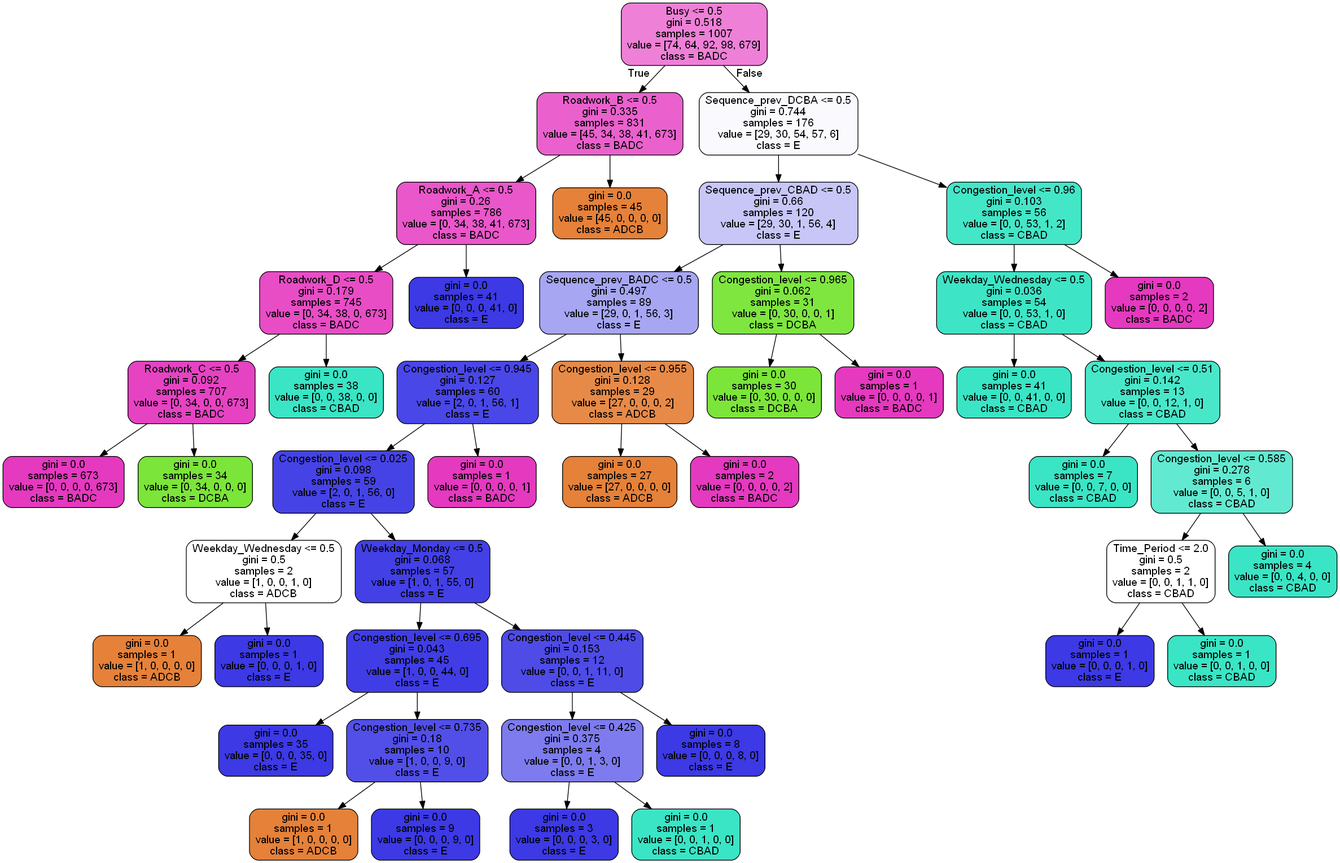
The Graphviz diagram decision_tree_base.png in JadeBlue96/Traffic-Priority-Prediction, before a commit. Its source is kept beside it as decision_tree_base.dot.
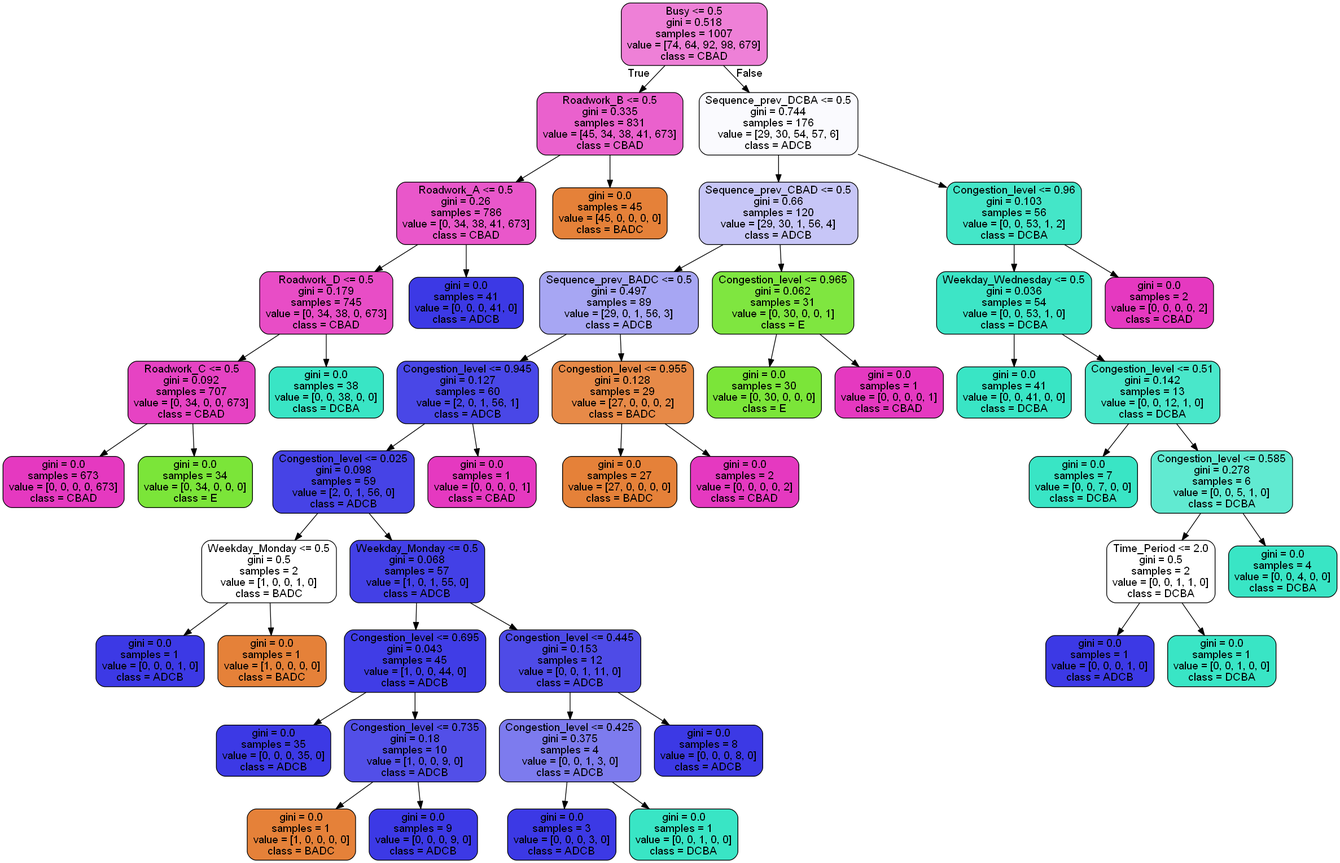
The same diagram one commit later.

Diff of the diagram source:
```diff
@@ -1,97 +1,97 @@
 digraph Tree {
 node [shape=box, style="filled, rounded", color="black", fontname=helvetica] ;
 edge [fontname=helvetica] ;
-0 [label="Busy <= 0.5\ngini = 0.518\nsamples = 1007\nvalue = [74, 64, 92, 98, 679]\nclass = BADC", fillcolor="#ee80d7"] ;
-1 [label="Roadwork_B <= 0.5\ngini = 0.335\nsamples = 831\nvalue = [45, 34, 38, 41, 673]\nclass = BADC", fillcolor="#ea61cd"] ;
+0 [label="Busy <= 0.5\ngini = 0.518\nsamples = 1007\nvalue = [74, 64, 92, 98, 679]\nclass = CBAD", fillcolor="#ee80d7"] ;
+1 [label="Roadwork_B <= 0.5\ngini = 0.335\nsamples = 831\nvalue = [45, 34, 38, 41, 673]\nclass = CBAD", fillcolor="#ea61cd"] ;
 0 -> 1 [labeldistance=2.5, labelangle=45, headlabel="True"] ;
-2 [label="Roadwork_A <= 0.5\ngini = 0.26\nsamples = 786\nvalue = [0, 34, 38, 41, 673]\nclass = BADC", fillcolor="#e957ca"] ;
+2 [label="Roadwork_A <= 0.5\ngini = 0.26\nsamples = 786\nvalue = [0, 34, 38, 41, 673]\nclass = CBAD", fillcolor="#e957ca"] ;
 1 -> 2 ;
-3 [label="Roadwork_D <= 0.5\ngini = 0.179\nsamples = 745\nvalue = [0, 34, 38, 0, 673]\nclass = BADC", fillcolor="#e84dc6"] ;
+3 [label="Roadwork_D <= 0.5\ngini = 0.179\nsamples = 745\nvalue = [0, 34, 38, 0, 673]\nclass = CBAD", fillcolor="#e84dc6"] ;
 2 -> 3 ;
-4 [label="Roadwork_C <= 0.5\ngini = 0.092\nsamples = 707\nvalue = [0, 34, 0, 0, 673]\nclass = BADC", fillcolor="#e643c3"] ;
+4 [label="Roadwork_C <= 0.5\ngini = 0.092\nsamples = 707\nvalue = [0, 34, 0, 0, 673]\nclass = CBAD", fillcolor="#e643c3"] ;
 3 -> 4 ;
-5 [label="gini = 0.0\nsamples = 673\nvalue = [0, 0, 0, 0, 673]\nclass = BADC", fillcolor="#e539c0"] ;
+5 [label="gini = 0.0\nsamples = 673\nvalue = [0, 0, 0, 0, 673]\nclass = CBAD", fillcolor="#e539c0"] ;
 4 -> 5 ;
-6 [label="gini = 0.0\nsamples = 34\nvalue = [0, 34, 0, 0, 0]\nclass = DCBA", fillcolor="#7be539"] ;
+6 [label="gini = 0.0\nsamples = 34\nvalue = [0, 34, 0, 0, 0]\nclass = E", fillcolor="#7be539"] ;
 4 -> 6 ;
-7 [label="gini = 0.0\nsamples = 38\nvalue = [0, 0, 38, 0, 0]\nclass = CBAD", fillcolor="#39e5c5"] ;
+7 [label="gini = 0.0\nsamples = 38\nvalue = [0, 0, 38, 0, 0]\nclass = DCBA", fillcolor="#39e5c5"] ;
 3 -> 7 ;
-8 [label="gini = 0.0\nsamples = 41\nvalue = [0, 0, 0, 41, 0]\nclass = E", fillcolor="#3c39e5"] ;
+8 [label="gini = 0.0\nsamples = 41\nvalue = [0, 0, 0, 41, 0]\nclass = ADCB", fillcolor="#3c39e5"] ;
 2 -> 8 ;
-9 [label="gini = 0.0\nsamples = 45\nvalue = [45, 0, 0, 0, 0]\nclass = ADCB", fillcolor="#e58139"] ;
+9 [label="gini = 0.0\nsamples = 45\nvalue = [45, 0, 0, 0, 0]\nclass = BADC", fillcolor="#e58139"] ;
 1 -> 9 ;
-10 [label="Sequence_prev_DCBA <= 0.5\ngini = 0.744\nsamples = 176\nvalue = [29, 30, 54, 57, 6]\nclass = E", fillcolor="#fafafe"] ;
+10 [label="Sequence_prev_DCBA <= 0.5\ngini = 0.744\nsamples = 176\nvalue = [29, 30, 54, 57, 6]\nclass = ADCB", fillcolor="#fafafe"] ;
 0 -> 10 [labeldistance=2.5, labelangle=-45, headlabel="False"] ;
-11 [label="Sequence_prev_CBAD <= 0.5\ngini = 0.66\nsamples = 120\nvalue = [29, 30, 1, 56, 4]\nclass = E", fillcolor="#c7c6f7"] ;
+11 [label="Sequence_prev_CBAD <= 0.5\ngini = 0.66\nsamples = 120\nvalue = [29, 30, 1, 56, 4]\nclass = ADCB", fillcolor="#c7c6f7"] ;
 10 -> 11 ;
-12 [label="Sequence_prev_BADC <= 0.5\ngini = 0.497\nsamples = 89\nvalue = [29, 0, 1, 56, 3]\nclass = E", fillcolor="#a7a6f3"] ;
+12 [label="Sequence_prev_BADC <= 0.5\ngini = 0.497\nsamples = 89\nvalue = [29, 0, 1, 56, 3]\nclass = ADCB", fillcolor="#a7a6f3"] ;
 11 -> 12 ;
-13 [label="Congestion_level <= 0.945\ngini = 0.127\nsamples = 60\nvalue = [2, 0, 1, 56, 1]\nclass = E", fillcolor="#4947e7"] ;
+13 [label="Congestion_level <= 0.945\ngini = 0.127\nsamples = 60\nvalue = [2, 0, 1, 56, 1]\nclass = ADCB", fillcolor="#4947e7"] ;
 12 -> 13 ;
-14 [label="Congestion_level <= 0.025\ngini = 0.098\nsamples = 59\nvalue = [2, 0, 1, 56, 0]\nclass = E", fillcolor="#4643e6"] ;
+14 [label="Congestion_level <= 0.025\ngini = 0.098\nsamples = 59\nvalue = [2, 0, 1, 56, 0]\nclass = ADCB", fillcolor="#4643e6"] ;
 13 -> 14 ;
-15 [label="Weekday_Wednesday <= 0.5\ngini = 0.5\nsamples = 2\nvalue = [1, 0, 0, 1, 0]\nclass = ADCB", fillcolor="#ffffff"] ;
+15 [label="Weekday_Monday <= 0.5\ngini = 0.5\nsamples = 2\nvalue = [1, 0, 0, 1, 0]\nclass = BADC", fillcolor="#ffffff"] ;
 14 -> 15 ;
-16 [label="gini = 0.0\nsamples = 1\nvalue = [1, 0, 0, 0, 0]\nclass = ADCB", fillcolor="#e58139"] ;
+16 [label="gini = 0.0\nsamples = 1\nvalue = [0, 0, 0, 1, 0]\nclass = ADCB", fillcolor="#3c39e5"] ;
 15 -> 16 ;
-17 [label="gini = 0.0\nsamples = 1\nvalue = [0, 0, 0, 1, 0]\nclass = E", fillcolor="#3c39e5"] ;
+17 [label="gini = 0.0\nsamples = 1\nvalue = [1, 0, 0, 0, 0]\nclass = BADC", fillcolor="#e58139"] ;
 15 -> 17 ;
-18 [label="Weekday_Monday <= 0.5\ngini = 0.068\nsamples = 57\nvalue = [1, 0, 1, 55, 0]\nclass = E", fillcolor="#4340e6"] ;
+18 [label="Weekday_Monday <= 0.5\ngini = 0.068\nsamples = 57\nvalue = [1, 0, 1, 55, 0]\nclass = ADCB", fillcolor="#4340e6"] ;
 14 -> 18 ;
-19 [label="Congestion_level <= 0.695\ngini = 0.043\nsamples = 45\nvalue = [1, 0, 0, 44, 0]\nclass = E", fillcolor="#403de6"] ;
+19 [label="Congestion_level <= 0.695\ngini = 0.043\nsamples = 45\nvalue = [1, 0, 0, 44, 0]\nclass = ADCB", fillcolor="#403de6"] ;
 18 -> 19 ;
-20 [label="gini = 0.0\nsamples = 35\nvalue = [0, 0, 0, 35, 0]\nclass = E", fillcolor="#3c39e5"] ;
+20 [label="gini = 0.0\nsamples = 35\nvalue = [0, 0, 0, 35, 0]\nclass = ADCB", fillcolor="#3c39e5"] ;
 19 -> 20 ;
-21 [label="Congestion_level <= 0.735\ngini = 0.18\nsamples = 10\nvalue = [1, 0, 0, 9, 0]\nclass = E", fillcolor="#524fe8"] ;
+21 [label="Congestion_level <= 0.735\ngini = 0.18\nsamples = 10\nvalue = [1, 0, 0, 9, 0]\nclass = ADCB", fillcolor="#524fe8"] ;
 19 -> 21 ;
-22 [label="gini = 0.0\nsamples = 1\nvalue = [1, 0, 0, 0, 0]\nclass = ADCB", fillcolor="#e58139"] ;
+22 [label="gini = 0.0\nsamples = 1\nvalue = [1, 0, 0, 0, 0]\nclass = BADC", fillcolor="#e58139"] ;
 21 -> 22 ;
-23 [label="gini = 0.0\nsamples = 9\nvalue = [0, 0, 0, 9, 0]\nclass = E", fillcolor="#3c39e5"] ;
+23 [label="gini = 0.0\nsamples = 9\nvalue = [0, 0, 0, 9, 0]\nclass = ADCB", fillcolor="#3c39e5"] ;
 21 -> 23 ;
-24 [label="Congestion_level <= 0.445\ngini = 0.153\nsamples = 12\nvalue = [0, 0, 1, 11, 0]\nclass = E", fillcolor="#4e4be7"] ;
+24 [label="Congestion_level <= 0.445\ngini = 0.153\nsamples = 12\nvalue = [0, 0, 1, 11, 0]\nclass = ADCB", fillcolor="#4e4be7"] ;
 18 -> 24 ;
-25 [label="Congestion_level <= 0.425\ngini = 0.375\nsamples = 4\nvalue = [0, 0, 1, 3, 0]\nclass = E", fillcolor="#7d7bee"] ;
+25 [label="Congestion_level <= 0.425\ngini = 0.375\nsamples = 4\nvalue = [0, 0, 1, 3, 0]\nclass = ADCB", fillcolor="#7d7bee"] ;
 24 -> 25 ;
-26 [label="gini = 0.0\nsamples = 3\nvalue = [0, 0, 0, 3, 0]\nclass = E", fillcolor="#3c39e5"] ;
+26 [label="gini = 0.0\nsamples = 3\nvalue = [0, 0, 0, 3, 0]\nclass = ADCB", fillcolor="#3c39e5"] ;
 25 -> 26 ;
-27 [label="gini = 0.0\nsamples = 1\nvalue = [0, 0, 1, 0, 0]\nclass = CBAD", fillcolor="#39e5c5"] ;
+27 [label="gini = 0.0\nsamples = 1\nvalue = [0, 0, 1, 0, 0]\nclass = DCBA", fillcolor="#39e5c5"] ;
 25 -> 27 ;
-28 [label="gini = 0.0\nsamples = 8\nvalue = [0, 0, 0, 8, 0]\nclass = E", fillcolor="#3c39e5"] ;
+28 [label="gini = 0.0\nsamples = 8\nvalue = [0, 0, 0, 8, 0]\nclass = ADCB", fillcolor="#3c39e5"] ;
 24 -> 28 ;
-29 [label="gini = 0.0\nsamples = 1\nvalue = [0, 0, 0, 0, 1]\nclass = BADC", fillcolor="#e539c0"] ;
+29 [label="gini = 0.0\nsamples = 1\nvalue = [0, 0, 0, 0, 1]\nclass = CBAD", fillcolor="#e539c0"] ;
 13 -> 29 ;
-30 [label="Congestion_level <= 0.955\ngini = 0.128\nsamples = 29\nvalue = [27, 0, 0, 0, 2]\nclass = ADCB", fillcolor="#e78a48"] ;
+30 [label="Congestion_level <= 0.955\ngini = 0.128\nsamples = 29\nvalue = [27, 0, 0, 0, 2]\nclass = BADC", fillcolor="#e78a48"] ;
 12 -> 30 ;
-31 [label="gini = 0.0\nsamples = 27\nvalue = [27, 0, 0, 0, 0]\nclass = ADCB", fillcolor="#e58139"] ;
+31 [label="gini = 0.0\nsamples = 27\nvalue = [27, 0, 0, 0, 0]\nclass = BADC", fillcolor="#e58139"] ;
 30 -> 31 ;
-32 [label="gini = 0.0\nsamples = 2\nvalue = [0, 0, 0, 0, 2]\nclass = BADC", fillcolor="#e539c0"] ;
+32 [label="gini = 0.0\nsamples = 2\nvalue = [0, 0, 0, 0, 2]\nclass = CBAD", fillcolor="#e539c0"] ;
 30 -> 32 ;
-33 [label="Congestion_level <= 0.965\ngini = 0.062\nsamples = 31\nvalue = [0, 30, 0, 0, 1]\nclass = DCBA", fillcolor="#7fe640"] ;
+33 [label="Congestion_level <= 0.965\ngini = 0.062\nsamples = 31\nvalue = [0, 30, 0, 0, 1]\nclass = E", fillcolor="#7fe640"] ;
 11 -> 33 ;
-34 [label="gini = 0.0\nsamples = 30\nvalue = [0, 30, 0, 0, 0]\nclass = DCBA", fillcolor="#7be539"] ;
+34 [label="gini = 0.0\nsamples = 30\nvalue = [0, 30, 0, 0, 0]\nclass = E", fillcolor="#7be539"] ;
 33 -> 34 ;
-35 [label="gini = 0.0\nsamples = 1\nvalue = [0, 0, 0, 0, 1]\nclass = BADC", fillcolor="#e539c0"] ;
+35 [label="gini = 0.0\nsamples = 1\nvalue = [0, 0, 0, 0, 1]\nclass = CBAD", fillcolor="#e539c0"] ;
 33 -> 35 ;
-36 [label="Congestion_level <= 0.96\ngini = 0.103\nsamples = 56\nvalue = [0, 0, 53, 1, 2]\nclass = CBAD", fillcolor="#44e6c8"] ;
+36 [label="Congestion_level <= 0.96\ngini = 0.103\nsamples = 56\nvalue = [0, 0, 53, 1, 2]\nclass = DCBA", fillcolor="#44e6c8"] ;
 10 -> 36 ;
-37 [label="Weekday_Wednesday <= 0.5\ngini = 0.036\nsamples = 54\nvalue = [0, 0, 53, 1, 0]\nclass = CBAD", fillcolor="#3de5c6"] ;
+37 [label="Weekday_Wednesday <= 0.5\ngini = 0.036\nsamples = 54\nvalue = [0, 0, 53, 1, 0]\nclass = DCBA", fillcolor="#3de5c6"] ;
 36 -> 37 ;
-38 [label="gini = 0.0\nsamples = 41\nvalue = [0, 0, 41, 0, 0]\nclass = CBAD", fillcolor="#39e5c5"] ;
+38 [label="gini = 0.0\nsamples = 41\nvalue = [0, 0, 41, 0, 0]\nclass = DCBA", fillcolor="#39e5c5"] ;
 37 -> 38 ;
-39 [label="Congestion_level <= 0.51\ngini = 0.142\nsamples = 13\nvalue = [0, 0, 12, 1, 0]\nclass = CBAD", fillcolor="#49e7ca"] ;
+39 [label="Congestion_level <= 0.51\ngini = 0.142\nsamples = 13\nvalue = [0, 0, 12, 1, 0]\nclass = DCBA", fillcolor="#49e7ca"] ;
 37 -> 39 ;
-40 [label="gini = 0.0\nsamples = 7\nvalue = [0, 0, 7, 0, 0]\nclass = CBAD", fillcolor="#39e5c5"] ;
+40 [label="gini = 0.0\nsamples = 7\nvalue = [0, 0, 7, 0, 0]\nclass = DCBA", fillcolor="#39e5c5"] ;
 39 -> 40 ;
-41 [label="Congestion_level <= 0.585\ngini = 0.278\nsamples = 6\nvalue = [0, 0, 5, 1, 0]\nclass = CBAD", fillcolor="#61ead1"] ;
+41 [label="Congestion_level <= 0.585\ngini = 0.278\nsamples = 6\nvalue = [0, 0, 5, 1, 0]\nclass = DCBA", fillcolor="#61ead1"] ;
 39 -> 41 ;
-42 [label="Time_Period <= 2.0\ngini = 0.5\nsamples = 2\nvalue = [0, 0, 1, 1, 0]\nclass = CBAD", fillcolor="#ffffff"] ;
+42 [label="Time_Period <= 2.0\ngini = 0.5\nsamples = 2\nvalue = [0, 0, 1, 1, 0]\nclass = DCBA", fillcolor="#ffffff"] ;
 41 -> 42 ;
-43 [label="gini = 0.0\nsamples = 1\nvalue = [0, 0, 0, 1, 0]\nclass = E", fillcolor="#3c39e5"] ;
+43 [label="gini = 0.0\nsamples = 1\nvalue = [0, 0, 0, 1, 0]\nclass = ADCB", fillcolor="#3c39e5"] ;
 42 -> 43 ;
-44 [label="gini = 0.0\nsamples = 1\nvalue = [0, 0, 1, 0, 0]\nclass = CBAD", fillcolor="#39e5c5"] ;
+44 [label="gini = 0.0\nsamples = 1\nvalue = [0, 0, 1, 0, 0]\nclass = DCBA", fillcolor="#39e5c5"] ;
 42 -> 44 ;
-45 [label="gini = 0.0\nsamples = 4\nvalue = [0, 0, 4, 0, 0]\nclass = CBAD", fillcolor="#39e5c5"] ;
+45 [label="gini = 0.0\nsamples = 4\nvalue = [0, 0, 4, 0, 0]\nclass = DCBA", fillcolor="#39e5c5"] ;
 41 -> 45 ;
-46 [label="gini = 0.0\nsamples = 2\nvalue = [0, 0, 0, 0, 2]\nclass = BADC", fillcolor="#e539c0"] ;
+46 [label="gini = 0.0\nsamples = 2\nvalue = [0, 0, 0, 0, 2]\nclass = CBAD", fillcolor="#e539c0"] ;
 36 -> 46 ;
 }
```
